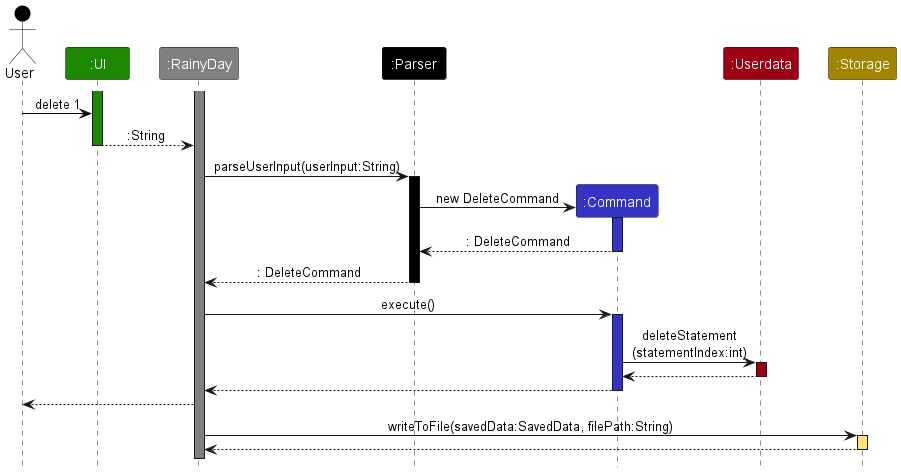
This is docs/images/DeveloperGuide/ArchitectureSequence.png from nus-cs2113-AY2223S2/tp, a PlantUML export, as it was before one commit.
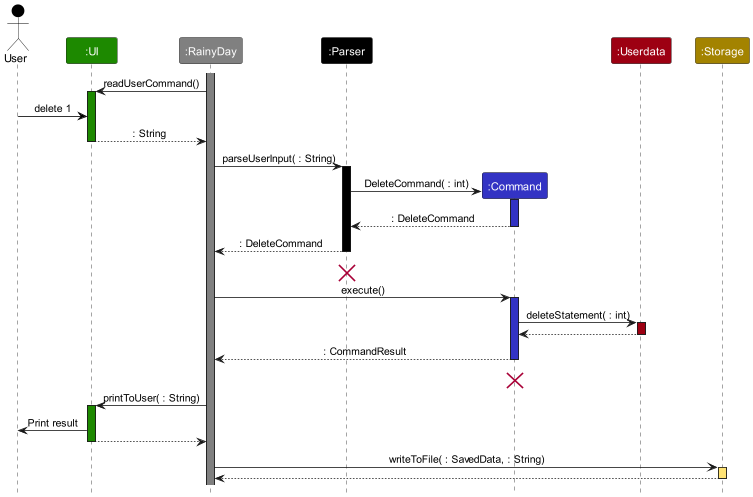
After the commit.

What changed in the source:
```diff
@@ -10,36 +10,53 @@
 Participant ":Userdata" as userdata USERDATA_COLOR
 Participant ":Storage" as storage STORAGE_COLOR
 
+activate main #grey
+main ->ui : readUserCommand()
 activate ui UI_COLOR
-activate main #grey
 user -[USER_COLOR]> ui : delete 1
-ui --> main : :String
+ui --> main : : String
 deactivate ui
 
-main -> parser : parseUserInput(userInput:String)
+main -> parser : parseUserInput( : String)
 activate parser #black
 
 create command
-parser -> command : new DeleteCommand
+parser -> command : DeleteCommand( : int)
 activate command COMMAND_COLOR
 
 command --> parser : : DeleteCommand
 deactivate command
 parser --> main : : DeleteCommand
 deactivate parser
+parser <-[hidden]- parser
+destroy parser
 
 main -> command : execute()
 activate command COMMAND_COLOR
-command -> userdata :deleteStatement\n(statementIndex:int)
+command -> userdata :deleteStatement( : int)
 activate userdata USERDATA_COLOR
 userdata --> command
 deactivate userdata
-command --> main
+command --> main: : CommandResult
 deactivate command
 
-main --> user
 
-main -> storage : writeToFile(savedData:SavedData, filePath:String)
+
+
+deactivate command
+command <-[hidden]- command
+destroy command
+
+main -> ui: printToUser( : String)
+
+
+activate ui UI_COLOR
+ui -> user : Print result
+ui --> main
+deactivate ui
+main -> storage : writeToFile( : SavedData, : String)
+
+
 activate storage STORAGE_COLOR_T1
 storage --> main
 deactivate storage
```
